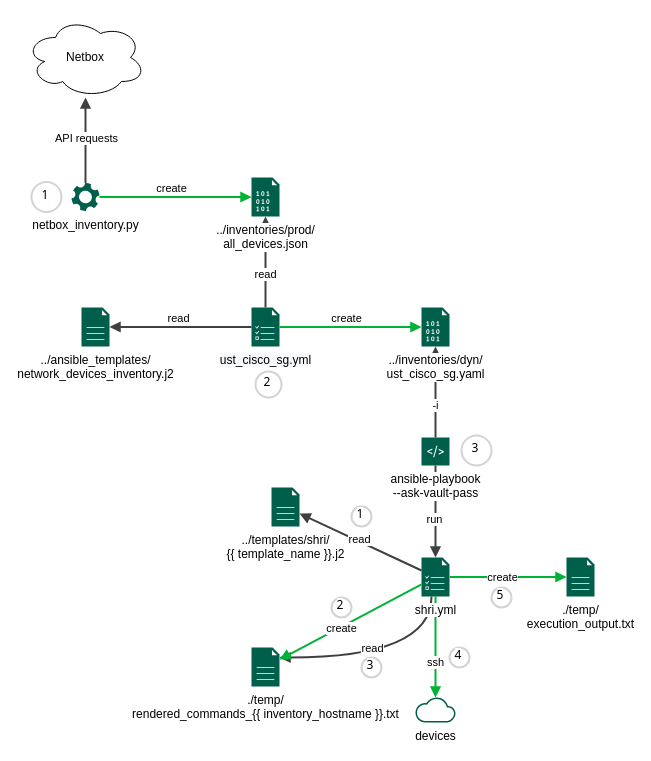
CherMet90/ansible keeps this draw.io diagram as scheme.drawio. Above is the earlier version. Source tidied: cells renumbered, new cells numbered last; positions are measured from the earlier drawing's top-left corner, leaving out a move shared by most shapes. Both pictures are drawn from the tidied source at 100%, with x=0, y=0 at pixel (25, 17).
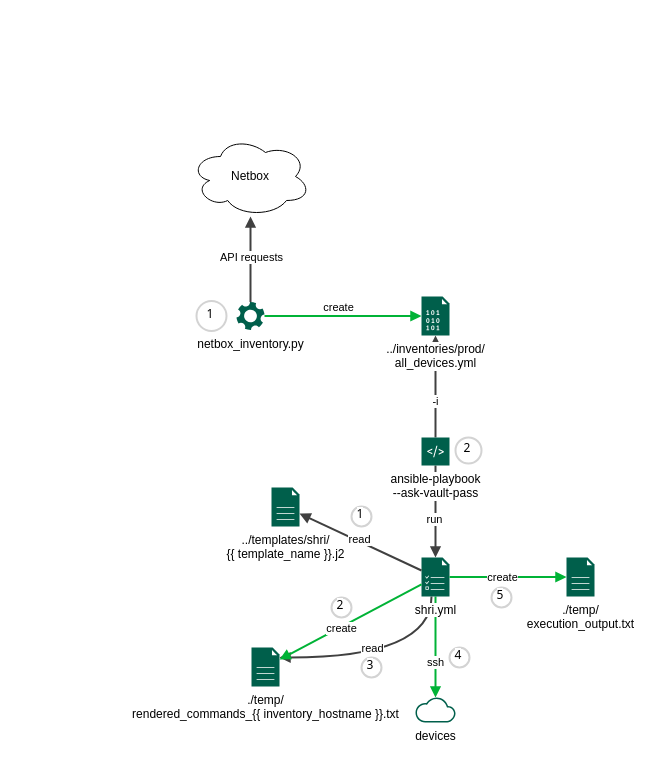
After the change.

The change refers to these unchanged cells:
```xml
<mxCell id="45" value="ansible-playbook&lt;br&gt;--ask-vault-pass" style="sketch=0;shadow=0;dashed=0;html=1;strokeColor=none;fillColor=#005F4B;labelPosition=center;verticalLabelPosition=bottom;verticalAlign=top;align=center;outlineConnect=0;shape=mxgraph.veeam2.command_line;labelBackgroundColor=default;" parent="1" vertex="1">
  <mxGeometry x="396" y="420" width="28" height="28" as="geometry" />
</mxCell>
```

What changed in the source:
```diff
@@
-    <mxCell id="6" style="edgeStyle=none;rounded=0;html=1;jettySize=auto;strokeColor=#404040;strokeWidth=2;fontColor=#000000;jumpStyle=none;endArrow=block;endFill=1;startArrow=none;" parent="1" edge="1" source="45" target="21">
+    <mxCell id="6" style="edgeStyle=none;rounded=0;html=1;jettySize=auto;strokeColor=#404040;strokeWidth=2;fontColor=#000000;jumpStyle=none;endArrow=block;endFill=1;startArrow=none;" parent="1" edge="1" source="45" target="16">
       <mxGeometry relative="1" as="geometry" />
     </mxCell>
@@
-    <mxCell id="8" style="edgeStyle=none;rounded=0;html=1;jettySize=auto;strokeColor=#404040;strokeWidth=2;fontColor=#000000;jumpStyle=none;endArrow=block;endFill=1;startArrow=none;" parent="1" edge="1" source="17" target="16">
-      <mxGeometry relative="1" as="geometry" />
-    </mxCell>
-    <mxCell id="9" value="read" style="edgeLabel;html=1;align=center;verticalAlign=middle;" parent="8" vertex="1">
-      <mxGeometry x="-0.25" y="1" relative="1" as="geometry" />
-    </mxCell>
     <mxCell id="10" value="netbox_inventory.py" style="sketch=0;shadow=0;dashed=0;html=1;strokeColor=none;fillColor=#005F4B;labelPosition=center;verticalLabelPosition=bottom;verticalAlign=top;align=center;outlineConnect=0;shape=mxgraph.veeam2.service_application;" parent="1" vertex="1">
-      <mxGeometry x="46" y="165.5" width="28" height="28" as="geometry" />
+      <mxGeometry x="211" y="284.5" width="28" height="28" as="geometry" />
     </mxCell>
     <mxCell id="11" value="Netbox" style="ellipse;shape=cloud;whiteSpace=wrap;html=1;" parent="1" vertex="1">
-      <mxGeometry width="120" height="80" as="geometry" />
+      <mxGeometry x="165" y="119" width="120" height="80" as="geometry" />
     </mxCell>
@@
-    <mxCell id="16" value="../inventories/prod/&lt;br&gt;all_devices.json" style="sketch=0;shadow=0;dashed=0;html=1;strokeColor=none;fillColor=#005F4B;labelPosition=center;verticalLabelPosition=bottom;verticalAlign=top;align=center;outlineConnect=0;shape=mxgraph.veeam2.data_file;labelBackgroundColor=default;" parent="1" vertex="1">
-      <mxGeometry x="226" y="160" width="28" height="39" as="geometry" />
+    <mxCell id="16" value="../inventories/prod/&lt;br&gt;all_devices.yml" style="sketch=0;shadow=0;dashed=0;html=1;strokeColor=none;fillColor=#005F4B;labelPosition=center;verticalLabelPosition=bottom;verticalAlign=top;align=center;outlineConnect=0;shape=mxgraph.veeam2.data_file;labelBackgroundColor=default;" parent="1" vertex="1">
+      <mxGeometry x="396" y="279" width="28" height="39" as="geometry" />
     </mxCell>
-    <mxCell id="17" value="&lt;span style=&quot;background-color: rgb(248, 249, 250);&quot;&gt;ust_cisco_sg.yml&lt;/span&gt;" style="sketch=0;shadow=0;dashed=0;html=1;strokeColor=none;fillColor=#005F4B;labelPosition=center;verticalLabelPosition=bottom;verticalAlign=top;align=center;outlineConnect=0;shape=mxgraph.veeam2.task_list;labelBackgroundColor=default;" parent="1" vertex="1">
-      <mxGeometry x="226" y="290" width="28" height="39" as="geometry" />
-    </mxCell>
-    <mxCell id="18" value="../ansible_templates/&lt;br&gt;network_devices_inventory.j2" style="sketch=0;shadow=0;dashed=0;html=1;strokeColor=none;fillColor=#005F4B;labelPosition=center;verticalLabelPosition=bottom;verticalAlign=top;align=center;outlineConnect=0;shape=mxgraph.veeam2.file;labelBackgroundColor=default;" parent="1" vertex="1">
-      <mxGeometry x="56" y="290" width="28" height="39" as="geometry" />
-    </mxCell>
-    <mxCell id="19" style="edgeStyle=none;rounded=0;html=1;jettySize=auto;strokeColor=#404040;strokeWidth=2;fontColor=#000000;jumpStyle=none;endArrow=block;endFill=1;startArrow=none;" parent="1" edge="1" source="17" target="18">
-      <mxGeometry relative="1" as="geometry" />
-    </mxCell>
-    <mxCell id="20" value="read" style="edgeLabel;html=1;align=center;verticalAlign=middle;" parent="19" vertex="1">
-      <mxGeometry x="0.21" relative="1" as="geometry">
-        <mxPoint x="12" y="-9" as="offset" />
-      </mxGeometry>
-    </mxCell>
-    <mxCell id="21" value="../inventories/dyn/&lt;br&gt;ust_cisco_sg.yaml" style="sketch=0;shadow=0;dashed=0;html=1;strokeColor=none;fillColor=#005F4B;labelPosition=center;verticalLabelPosition=bottom;verticalAlign=top;align=center;outlineConnect=0;shape=mxgraph.veeam2.data_file;labelBackgroundColor=default;" parent="1" vertex="1">
-      <mxGeometry x="396" y="290" width="28" height="39" as="geometry" />
-    </mxCell>
-    <mxCell id="22" style="edgeStyle=none;rounded=0;html=1;jettySize=auto;strokeColor=#00B336;strokeWidth=2;fontColor=#000000;jumpStyle=none;endArrow=block;endFill=1;startArrow=none;" parent="1" edge="1" source="17" target="21">
-      <mxGeometry relative="1" as="geometry" />
-    </mxCell>
-    <mxCell id="23" value="create" style="edgeLabel;html=1;align=center;verticalAlign=middle;" parent="22" vertex="1">
-      <mxGeometry x="-0.21" relative="1" as="geometry">
-        <mxPoint x="10" y="-9" as="offset" />
-      </mxGeometry>
-    </mxCell>
     <mxCell id="24" value="1" style="ellipse;whiteSpace=wrap;html=1;strokeWidth=2;fontFamily=Tahoma;spacingBottom=4;spacingRight=2;strokeColor=#d3d3d3;labelBackgroundColor=default;" parent="1" vertex="1">
-      <mxGeometry x="6" y="164.5" width="30" height="30" as="geometry" />
+      <mxGeometry x="171" y="283.5" width="30" height="30" as="geometry" />
     </mxCell>
     <mxCell id="25" value="2" style="ellipse;whiteSpace=wrap;html=1;strokeWidth=2;fontFamily=Tahoma;spacingBottom=4;spacingRight=2;strokeColor=#d3d3d3;labelBackgroundColor=default;" parent="1" vertex="1">
-      <mxGeometry x="230" y="354" width="26" height="26" as="geometry" />
+      <mxGeometry x="430" y="420" width="26" height="26" as="geometry" />
     </mxCell>
@@
-    <mxCell id="36" value="3" style="ellipse;whiteSpace=wrap;html=1;strokeWidth=2;fontFamily=Tahoma;spacingBottom=4;spacingRight=2;strokeColor=#d3d3d3;labelBackgroundColor=default;" parent="1" vertex="1">
-      <mxGeometry x="436" y="418" width="30" height="30" as="geometry" />
-    </mxCell>
```
